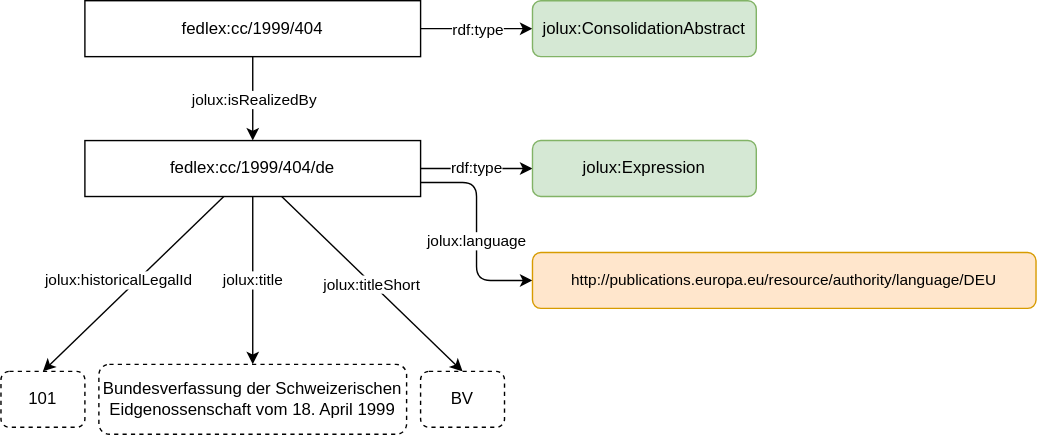
This is content/img/expression.svg from bequrios/fedlex, a draw.io export, as it was before one commit. Source tidied: cells renumbered, new cells last; positions are measured from the earlier drawing's top-left corner, leaving out a move shared by most shapes.
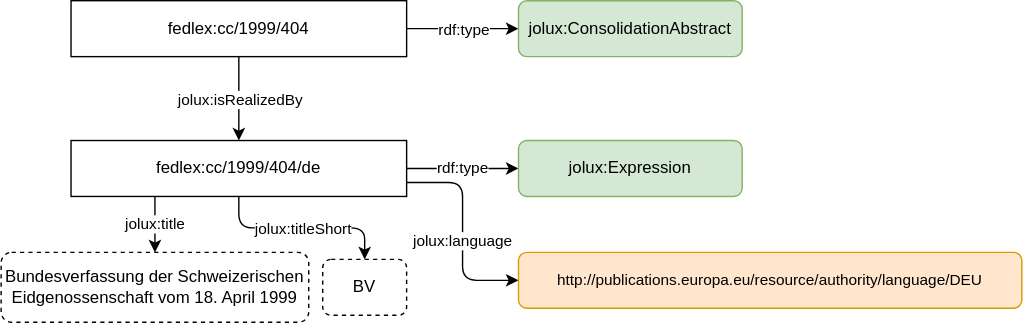
After the change.

Diff of the diagram source:
```diff
@@ -31,15 +31,12 @@
         </Array>
       </mxGeometry>
     </mxCell>
-    <mxCell id="10" value="jolux:title" style="edgeStyle=none;html=1;entryX=0.5;entryY=0;entryDx=0;entryDy=0;" parent="1" edge="1" source="13" target="16">
+    <mxCell id="10" value="jolux:title" style="edgeStyle=none;html=1;entryX=0.5;entryY=0;entryDx=0;entryDy=0;exitX=0.25;exitY=1;exitDx=0;exitDy=0;" parent="1" edge="1" source="13" target="16">
       <mxGeometry relative="1" as="geometry" />
     </mxCell>
-    <mxCell id="11" value="jolux:titleShort" style="edgeStyle=none;html=1;entryX=0.5;entryY=0;entryDx=0;entryDy=0;" parent="1" edge="1" source="13" target="17">
+    <mxCell id="11" value="jolux:titleShort" style="edgeStyle=orthogonalEdgeStyle;html=1;entryX=0.5;entryY=0;entryDx=0;entryDy=0;" parent="1" edge="1" source="13" target="17">
       <mxGeometry relative="1" as="geometry" />
     </mxCell>
-    <mxCell id="12" value="jolux:historicalLegalId" style="edgeStyle=none;html=1;entryX=0.5;entryY=0;entryDx=0;entryDy=0;" parent="1" edge="1" source="13" target="18">
-      <mxGeometry x="0.06" y="-9" relative="1" as="geometry" />
-    </mxCell>
     <mxCell id="13" value="fedlex:cc/1999/404/de" style="rounded=0;whiteSpace=wrap;html=1;" parent="1" vertex="1">
       <mxGeometry x="60" y="100" width="240" height="40" as="geometry" />
     </mxCell>
@@ -50,13 +47,10 @@
       <mxGeometry x="380" y="100" width="160" height="40" as="geometry" />
     </mxCell>
     <mxCell id="16" value="Bundesverfassung der Schweizerischen Eidgenossenschaft vom 18. April 1999" style="rounded=1;whiteSpace=wrap;html=1;dashed=1;" parent="1" vertex="1">
-      <mxGeometry x="70" y="260" width="220" height="50" as="geometry" />
+      <mxGeometry x="10" y="180" width="220" height="50" as="geometry" />
     </mxCell>
     <mxCell id="17" value="BV" style="rounded=1;whiteSpace=wrap;html=1;dashed=1;" parent="1" vertex="1">
-      <mxGeometry x="300" y="265" width="60" height="40" as="geometry" />
+      <mxGeometry x="240" y="185" width="60" height="40" as="geometry" />
     </mxCell>
-    <mxCell id="18" value="101" style="rounded=1;whiteSpace=wrap;html=1;dashed=1;" parent="1" vertex="1">
-      <mxGeometry y="265" width="60" height="40" as="geometry" />
-    </mxCell>
   </root>
 </mxGraphModel>
```
